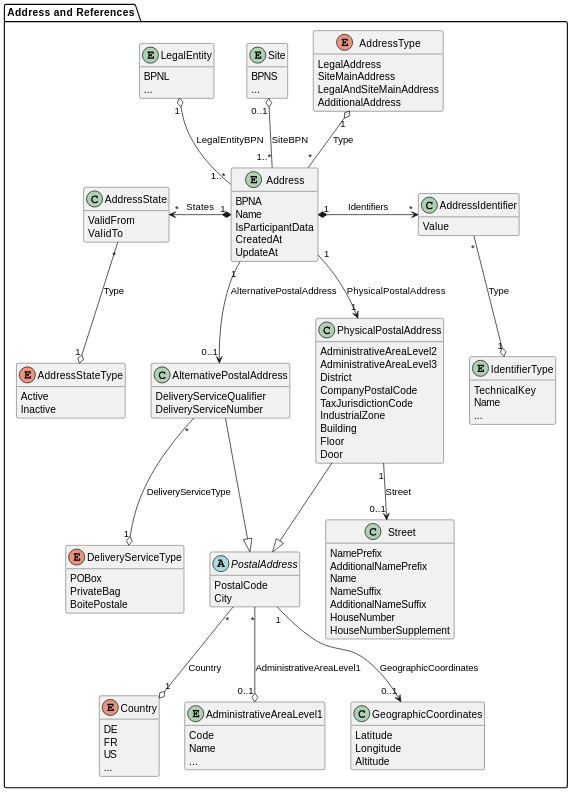
This is docs/standards/CX-0012-BusinessPartnerDataPoolAPI/assets/diagrams/class/address.svg from catenax-eV/catenax-ev.github.io, a PlantUML export, as it was before one commit.
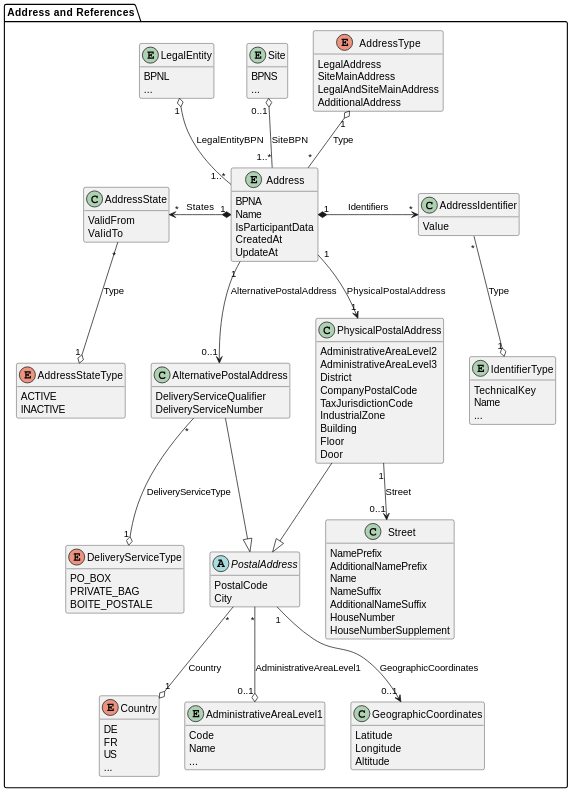
After the commit.

The edit, as a diff of the source:
```diff
@@ -33,8 +33,8 @@
   }
 
   enum AddressStateType{
-    Active
-    Inactive
+    ACTIVE
+    INACTIVE
   }
 
   class AddressIdentifier{
@@ -53,9 +53,9 @@
   }
 
   enum DeliveryServiceType {
-    POBox
-    PrivateBag
-    BoitePostale
+    PO_BOX
+    PRIVATE_BAG
+    BOITE_POSTALE
   }
 
   class PhysicalPostalAddress{
```
